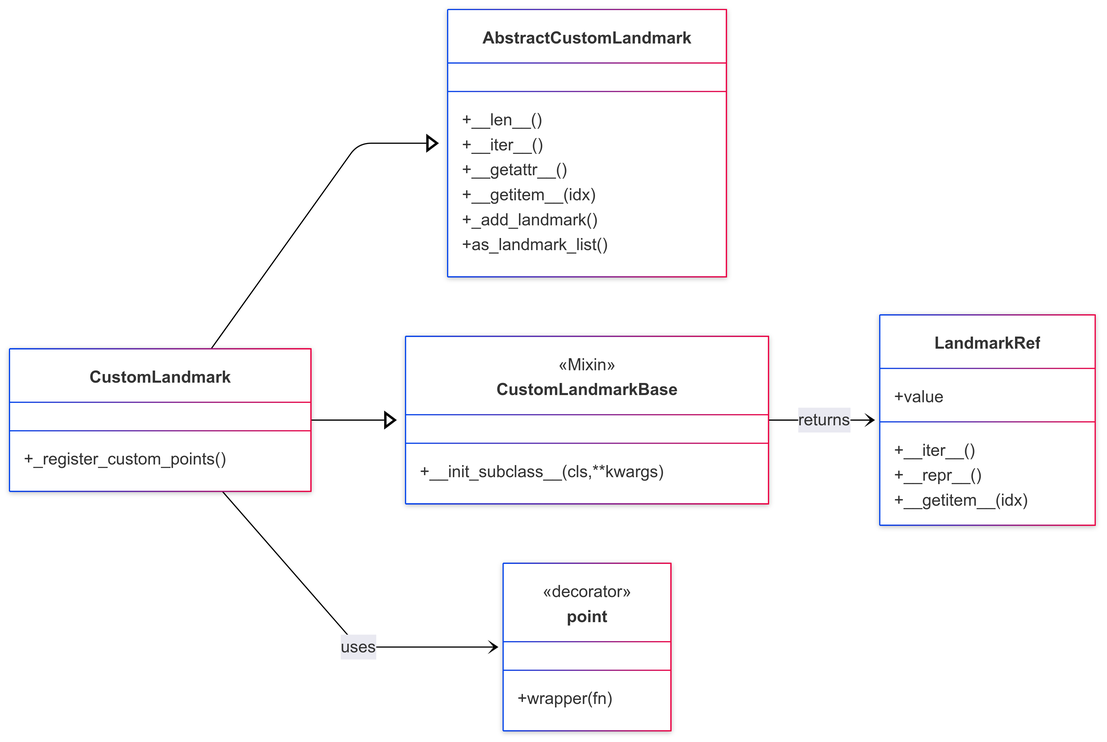
Earlier version of the Mermaid export docs/diagrams/class.png (cvpose/custom_handmarks_python). Its source is kept beside it as docs/diagrams/class.mmd.
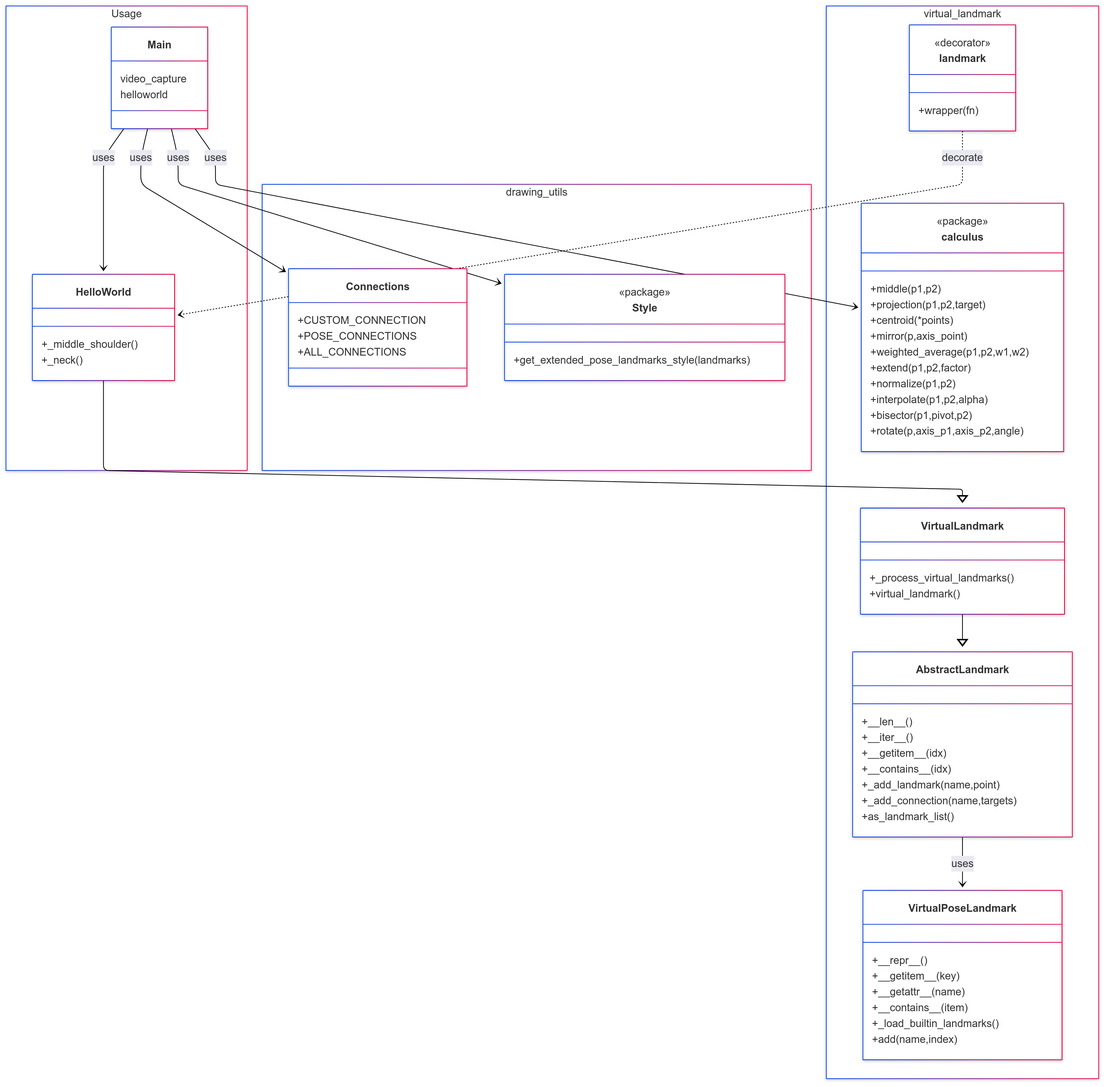
Above is the later version.

Change to the diagram source:
```diff
@@ -3,36 +3,77 @@
   theme: mc
   look: neo
   layout: dagre
-id: fa33bca4-18d1-4462-97f3-fcc4dd687a91
 ---
 classDiagram
-direction LR
-    class AbstractCustomLandmark {
-        +\_\_len\_\_()
-        +\_\_iter\_\_()
-        +\_\_getattr\_\_()
-        +\_\_getitem\_\_(idx)
-	    +\_add\_landmark()
-	    +as_landmark_list()
-    }
-    class CustomLandmarkBase {
-	    +\_\_init\_subclass\_\_(cls,**kwargs)
-    }
-    class CustomLandmark {
-	    +_register\_custom\_points()
-    }
-    class LandmarkRef {
-	    +value
-	    +\_\_iter\_\_()
-        +\_\_repr\_\_()
-	    +\_\_getitem\_\_(idx)
-    }
-    class point {
-        +wrapper(fn)
-    }
-	<<Mixin>> CustomLandmarkBase
-	<<decorator>> point
-    CustomLandmark --|> AbstractCustomLandmark
-    CustomLandmark --|> CustomLandmarkBase
-    CustomLandmarkBase --> LandmarkRef : returns
-    CustomLandmark --> point : uses
+direction TB
+	namespace Usage {
+        class Main {
+	        video_capture
+	        helloworld
+        }
+        class HelloWorld {
+	        +\_middle_shoulder()
+	        +\_neck()
+        }
+	}
+	namespace virtual_landmark {
+        class AbstractLandmark {
+	        +\_\_len\_\_()
+	        +\_\_iter\_\_()
+	        +\_\_getitem\_\_(idx)
+	        +\_\_contains\_\_(idx)
+	        +\_add\_landmark(name,point)
+	        +\_add\_connection(name,targets)
+	        +as_landmark_list()
+        }
+        class VirtualLandmark {
+	        +\_process\_virtual\_landmarks()
+	        +virtual_landmark()
+        }
+        class VirtualPoseLandmark {
+	        +\_\_repr\_\_()
+	        +\_\_getitem\_\_(key)
+	        +\_\_getattr\_\_(name)
+	        +\_\_contains\_\_(item)
+	        +\_load\_builtin\_landmarks()
+	        +add(name,index)
+        }
+        class calculus {
+	        +middle(p1,p2)
+	        +projection(p1,p2,target)
+	        +centroid(*points)
+	        +mirror(p,axis_point)
+	        +weighted_average(p1,p2,w1,w2)
+	        +extend(p1,p2,factor)
+	        +normalize(p1,p2)
+	        +interpolate(p1,p2,alpha)
+	        +bisector(p1,pivot,p2)
+	        +rotate(p,axis_p1,axis_p2,angle)
+        }
+        class landmark {
+	        +wrapper(fn)
+        }
+	}
+	namespace drawing_utils {
+        class Connections {
+	        +CUSTOM_CONNECTION
+	        +POSE_CONNECTIONS
+	        +ALL_CONNECTIONS
+        }
+        class Style {
+	        +get_extended_pose_landmarks_style(landmarks)
+        }
+	}
+
+	<<package>> calculus
+	<<decorator>> landmark
+	<<package>> Style
+
+    Main --> HelloWorld : uses
+    Main --> calculus : uses
+    Main --> Connections : uses
+    Main --> Style : uses
+    landmark ..> HelloWorld : decorate
+    VirtualLandmark --|> AbstractLandmark
+    AbstractLandmark --> VirtualPoseLandmark : uses
+    HelloWorld --|> VirtualLandmark
```
